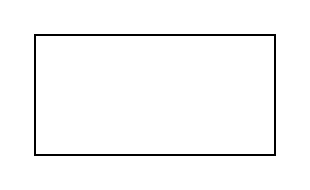
Above: Untitled Diagram.drawio in ngngr/algorithms (draw.io), before the change. Source tidied: cells renumbered, new cells numbered last; positions are measured from the earlier drawing's top-left corner, leaving out a move shared by most shapes. Both pictures are drawn from the tidied source at 200%, with x=0, y=0 at pixel (34, 34).
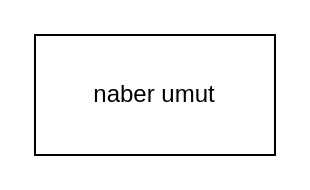
Above is the later version.

The edit, as a diff of the source:
```diff
@@
 <mxGraphModel>
   <root>
     <mxCell id="0" />
     <mxCell id="1" parent="0" />
-    <mxCell id="2" style="rounded=0;whiteSpace=wrap;html=1;" parent="1" vertex="1">
+    <mxCell id="2" value="naber umut" style="rounded=0;whiteSpace=wrap;html=1;" parent="1" vertex="1">
       <mxGeometry width="120" height="60" as="geometry" />
     </mxCell>
   </root>
 </mxGraphModel>
```
